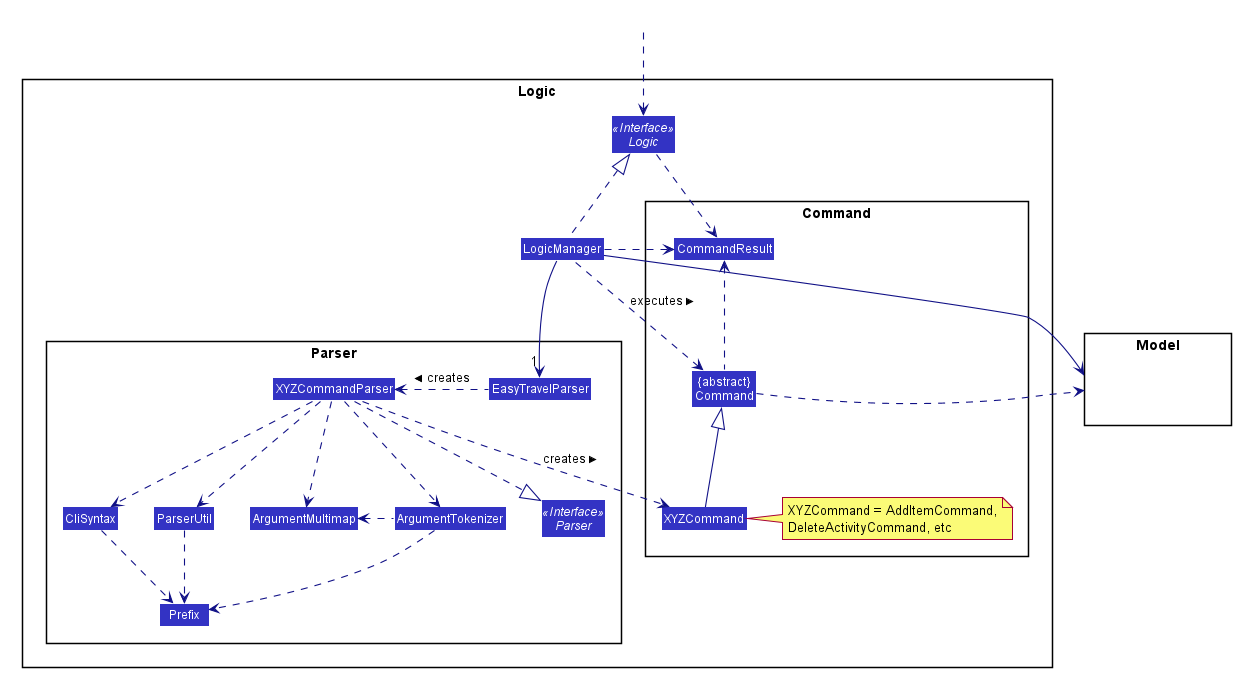
zenatrick/main keeps this PlantUML diagram as docs/images/LogicClassDiagram.png. Above is the earlier version.
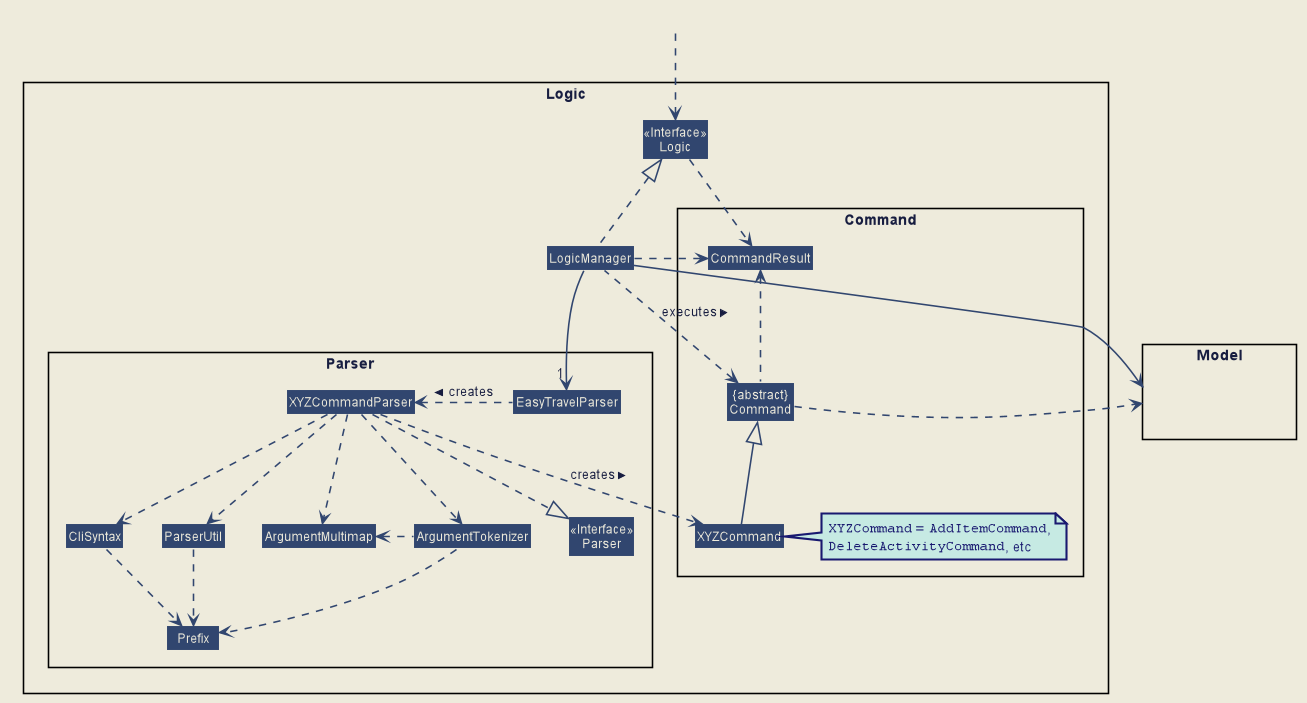
After the change.

Diff of the diagram source:
```diff
@@ -6,17 +6,59 @@
 
 
 
+skinparam BackgroundColor #EEEBDC
+skinparam Shadowing false
+skinparam MinClassWidth 50
+skinparam PackageStyle Rectangle
 
+skinparam Default {
+    FontColor #171D40
+    FontName Arial
+    TextAlignment center
+}
 
-skinparam BackgroundColor #FFFFFFF
+skinparam Participant {
+    Padding 10
+    BorderColor #171D40
+}
 
-skinparam Shadowing false
+skinparam Title {
+    FontColor #171D40
+    FontName Arial
+    FontSize 22
+}
+
+skinparam Arrow {
+    Thickness 1.5
+    Color MidNightBlue
+}
+
+skinparam Note {
+    BackgroundColor #C6EAE3
+    FontColor MidNightBlue
+    BorderColor MidNightBlue
+    BorderThickness 2
+}
 
 skinparam Class {
-    FontColor #FFFFFF
     BorderThickness 1
-    BorderColor #FFFFFF
-    StereotypeFontColor #FFFFFF
+    BorderColor #171D40
+    BackgroundColor #A2E5F9
+    AttributeFontColor MidNightBlue
+    AttributeIconSize 0
+    StereotypeFontColor #171D40
+    StereotypeFontStyle normal
+    FontName Arial
+}
+
+skinparam Object {
+    BorderThickness 2
+    BorderColor #171D40
+    BackgroundColor #C6EAE3
+    AttributeFontColor MidNightBlue
+    AttributeIconSize 0
+    StereotypeFontColor #171D40
+    StereotypeFontStyle normal
     FontName Arial
 }
 
@@ -27,60 +69,77 @@
 }
 
 skinparam Sequence {
-    MessageAlign center
-    BoxFontSize 15
+    LifeLineBackgroundColor #C6EAE3
+    LifeLineBorderColor #171D40
+    LifeLineBorderThickness 1.5
+    MessageAlignment center
+    SequenceParticipantBorderThickness 10
+    ReferenceBackgroundColor #C6EAE3
+    ReferenceBorderColor #171D40
+    TitleFontColor #171D40
+    StereotypeFontStyle normal
+    BoxFontSize 22
+    BoxFontName Arial
+    BoxFontStyle normal
     BoxPadding 0
-    BoxFontColor #FFFFFF
-    FontName Arial
+    BoxBorderColor #EEEBDC
 }
 
 skinparam Participant {
-    FontColor #FFFFFFF
     Padding 20
 }
 
-skinparam MinClassWidth 50
-skinparam ParticipantPadding 10
-skinparam Shadowing false
-skinparam DefaultTextAlignment center
-skinparam packageStyle Rectangle
+skinparam Activity {
+    StartColor #171D40
+    EndColor #171D40
+    BorderThickness 1.5
+    BorderColor #171D40
+    BackgroundColor #A2E5F9
+    DiamondBackgroundColor #A2E5F9
+    DiamondBorderColor #171D40
+}
 
 hide footbox
-hide members
 hide circle
-skinparam arrowThickness 1.1
-skinparam arrowColor #101086
-skinparam classBackgroundColor #3333C4
+
+hide member
+skinparam Class {
+    BorderColor #EEEBDC
+    FontColor #EEEBDC
+    BackgroundColor #31466F
+    StereotypeFontColor #EEEBDC
+}
+skinparam ArrowColor #31466F
 
 package Logic {
 
 package Parser {
-Interface Parser <<Interface>>
-Class EasyTravelParser
-Class XYZCommandParser
-Class CliSyntax
-Class ParserUtil
-Class ArgumentMultimap
-Class ArgumentTokenizer
-Class Prefix
+    Class Parser <<Interface>>
+    Class EasyTravelParser
+    Class XYZCommandParser
+    Class CliSyntax
+    Class ParserUtil
+    Class ArgumentMultimap
+    Class ArgumentTokenizer
+    Class Prefix
 }
 
 package Command {
 Class XYZCommand
-note right of XYZCommand: XYZCommand = AddItemCommand,\nDeleteActivityCommand, etc
+note right of XYZCommand: ""XYZCommand"" = ""AddItemCommand"",\n""DeleteActivityCommand"", etc
 Class CommandResult
 Class "{abstract}\nCommand" as Command
 }
 
-Interface Logic <<Interface>>
+Class Logic <<Interface>>
 Class LogicManager
 }
 
 package Model{
-Class HiddenModel #FFFFFF
+Class HiddenModel #EEEBDC
 }
 
-Class HiddenOutside #FFFFFF
+Class HiddenOutside #EEEBDC
 HiddenOutside ..> Logic
 
 LogicManager .up.|> Logic
```
